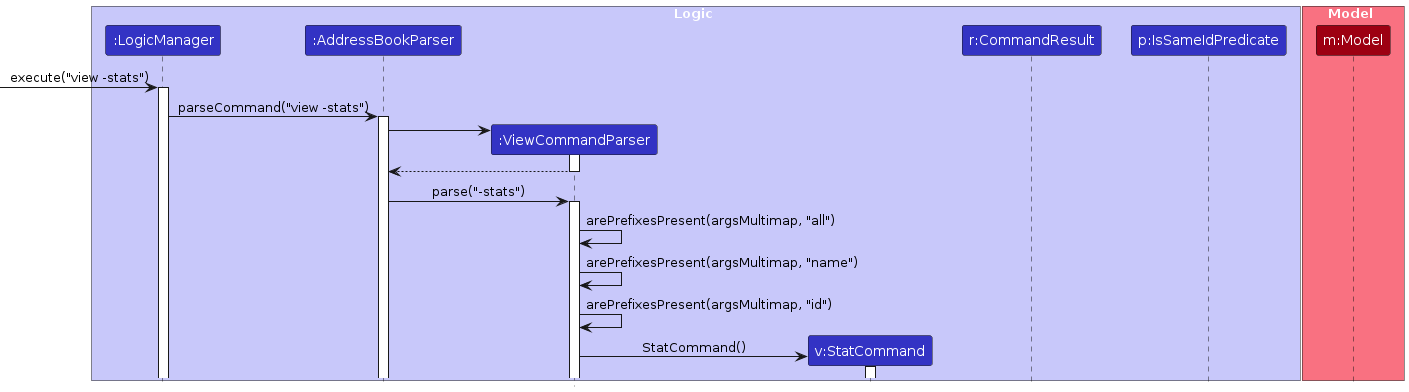
This is diagrams/ViewParserSequenceDiagram1.png from MarcusGitty/tp, a PlantUML export, as it was before one commit. Its source is kept beside it as diagrams/ViewParserSequenceDiagram1.puml.
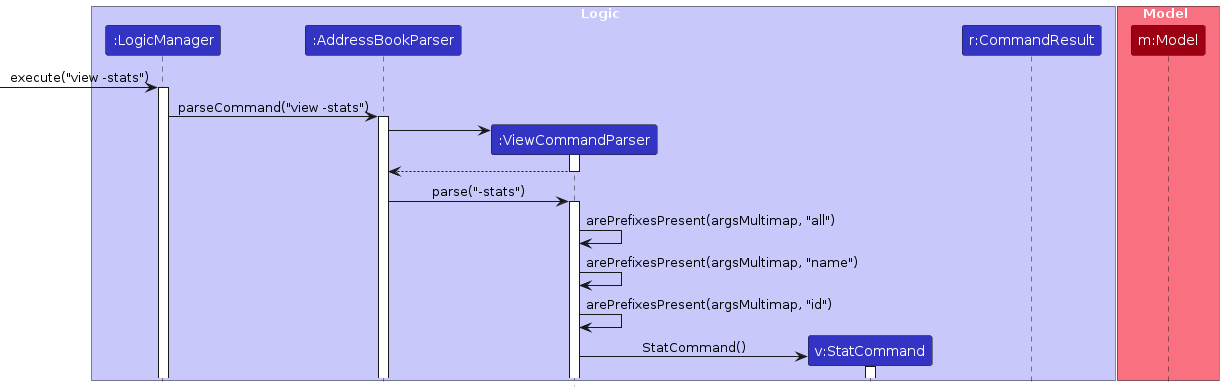
Above is the later version.

Change to the diagram source:
```diff
@@ -8,7 +8,6 @@
 participant ":ViewCommandParser" as ViewCommandParser LOGIC_COLOR
 participant "v:StatCommand" as StatCommand LOGIC_COLOR
 participant "r:CommandResult" as CommandResult LOGIC_COLOR
-participant "p:IsSameIdPredicate" as IsSameIdPredicate LOGIC_COLOR
 end box
 
 box Model MODEL_COLOR_T1
```
